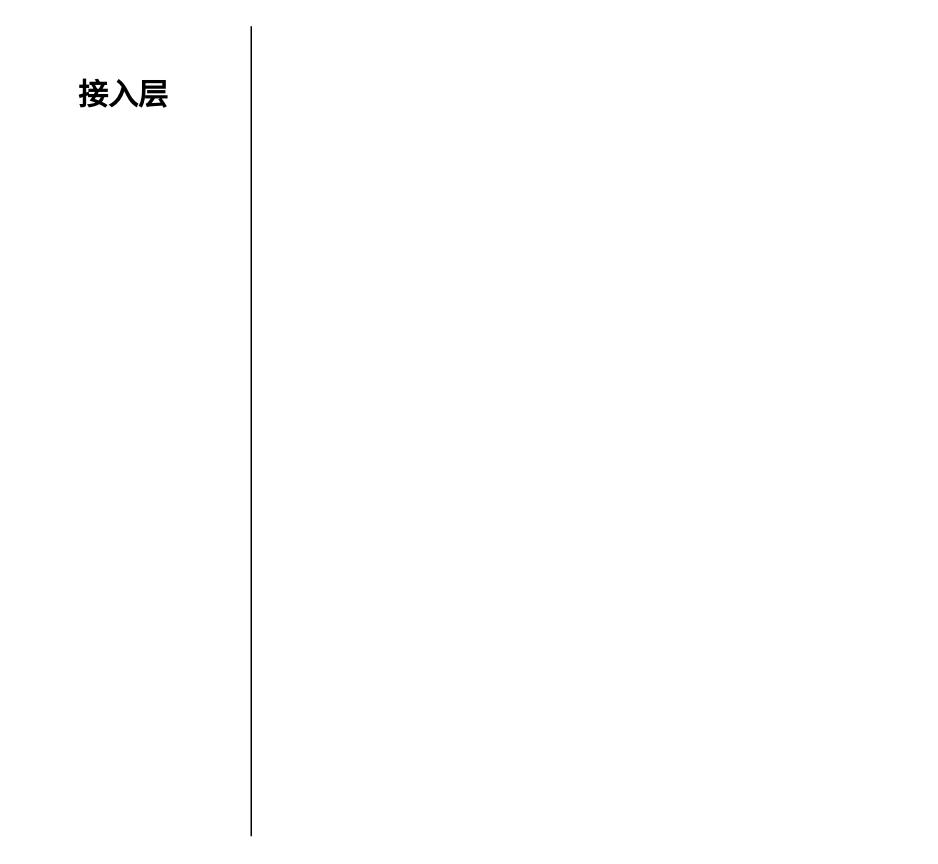
Above: tx-cloud-native.drawio in learn2Pro/draw_io_save (draw.io), before the change. Source tidied: cells renumbered, new cells numbered last; positions are measured from the earlier drawing's top-left corner, leaving out a move shared by most shapes. Both pictures are drawn from the tidied source at 150%, with x=0, y=0 at pixel (26, 26).
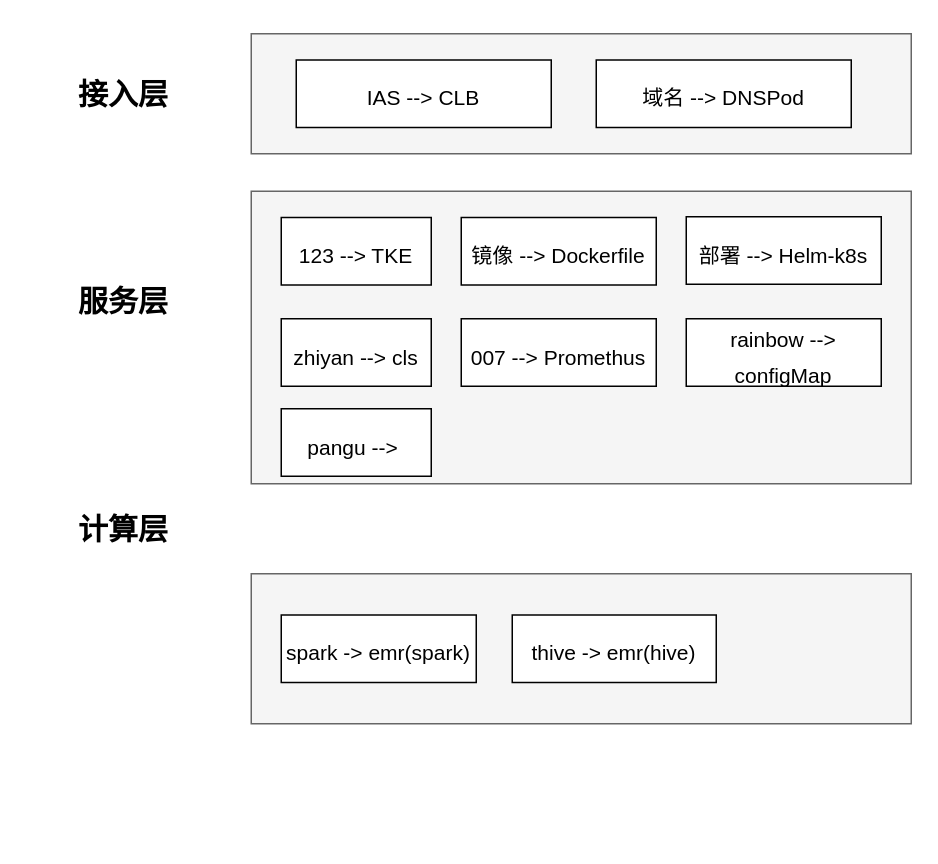
Above is the later version.

Diff of the diagram source:
```diff
@@
 <mxGraphModel>
   <root>
     <mxCell id="0" />
     <mxCell id="1" parent="0" />
-    <mxCell id="2" style="endArrow=none;html=1;rounded=0;" parent="1" edge="1">
-      <mxGeometry relative="1" as="geometry">
-        <mxPoint x="150" y="540" as="sourcePoint" />
-        <mxPoint x="150" as="targetPoint" />
-      </mxGeometry>
-    </mxCell>
     <mxCell id="3" value="&lt;b&gt;&lt;font style=&quot;font-size: 20px;&quot;&gt;接入层&lt;/font&gt;&lt;/b&gt;" style="text;html=1;strokeColor=none;fillColor=none;align=center;verticalAlign=middle;whiteSpace=wrap;rounded=0;" parent="1" vertex="1">
       <mxGeometry y="30" width="130" height="30" as="geometry" />
     </mxCell>
+    <mxCell id="4" style="rounded=0;whiteSpace=wrap;html=1;fontSize=20;fontColor=#333333;fillColor=#f5f5f5;strokeColor=#666666;" parent="1" vertex="1">
+      <mxGeometry x="150" y="5" width="440" height="80" as="geometry" />
+    </mxCell>
+    <mxCell id="5" value="&lt;font style=&quot;font-size: 14px;&quot; color=&quot;#000000&quot;&gt;IAS --&amp;gt; CLB&lt;/font&gt;" style="rounded=0;whiteSpace=wrap;html=1;fontSize=20;fontColor=#FFCCCC;" parent="1" vertex="1">
+      <mxGeometry x="180" y="22.5" width="170" height="45" as="geometry" />
+    </mxCell>
+    <mxCell id="6" value="&lt;font style=&quot;font-size: 14px;&quot; color=&quot;#000000&quot;&gt;域名 --&amp;gt; DNSPod&lt;/font&gt;" style="rounded=0;whiteSpace=wrap;html=1;fontSize=20;fontColor=#FFCCCC;" parent="1" vertex="1">
+      <mxGeometry x="380" y="22.5" width="170" height="45" as="geometry" />
+    </mxCell>
+    <mxCell id="7" value="&lt;span style=&quot;font-size: 20px;&quot;&gt;&lt;b&gt;服务层&lt;/b&gt;&lt;/span&gt;" style="text;html=1;strokeColor=none;fillColor=none;align=center;verticalAlign=middle;whiteSpace=wrap;rounded=0;" parent="1" vertex="1">
+      <mxGeometry y="167.5" width="130" height="30" as="geometry" />
+    </mxCell>
+    <mxCell id="8" style="rounded=0;whiteSpace=wrap;html=1;fontSize=20;fontColor=#333333;fillColor=#f5f5f5;strokeColor=#666666;" parent="1" vertex="1">
+      <mxGeometry x="150" y="110" width="440" height="195" as="geometry" />
+    </mxCell>
+    <mxCell id="9" value="&lt;font style=&quot;font-size: 14px;&quot; color=&quot;#000000&quot;&gt;123 --&amp;gt; TKE&lt;/font&gt;" style="rounded=0;whiteSpace=wrap;html=1;fontSize=20;fontColor=#FFCCCC;" parent="1" vertex="1">
+      <mxGeometry x="170" y="127.5" width="100" height="45" as="geometry" />
+    </mxCell>
+    <mxCell id="10" value="&lt;font color=&quot;#000000&quot;&gt;&lt;span style=&quot;font-size: 14px;&quot;&gt;镜像 --&amp;gt; Dockerfile&lt;/span&gt;&lt;/font&gt;" style="rounded=0;whiteSpace=wrap;html=1;fontSize=20;fontColor=#FFCCCC;" parent="1" vertex="1">
+      <mxGeometry x="290" y="127.5" width="130" height="45" as="geometry" />
+    </mxCell>
+    <mxCell id="11" value="&lt;font color=&quot;#000000&quot;&gt;&lt;span style=&quot;font-size: 14px;&quot;&gt;部署 --&amp;gt; Helm-k8s&lt;/span&gt;&lt;/font&gt;" style="rounded=0;whiteSpace=wrap;html=1;fontSize=20;fontColor=#FFCCCC;" parent="1" vertex="1">
+      <mxGeometry x="440" y="127" width="130" height="45" as="geometry" />
+    </mxCell>
+    <mxCell id="12" value="&lt;font style=&quot;font-size: 14px;&quot; color=&quot;#000000&quot;&gt;007 --&amp;gt; Promethus&lt;/font&gt;" style="rounded=0;whiteSpace=wrap;html=1;fontSize=20;fontColor=#FFCCCC;" parent="1" vertex="1">
+      <mxGeometry x="290" y="195" width="130" height="45" as="geometry" />
+    </mxCell>
+    <mxCell id="13" value="&lt;font style=&quot;font-size: 14px;&quot; color=&quot;#000000&quot;&gt;zhiyan --&amp;gt; cls&lt;/font&gt;" style="rounded=0;whiteSpace=wrap;html=1;fontSize=20;fontColor=#FFCCCC;" parent="1" vertex="1">
+      <mxGeometry x="170" y="195" width="100" height="45" as="geometry" />
+    </mxCell>
+    <mxCell id="14" value="&lt;font style=&quot;font-size: 14px;&quot; color=&quot;#000000&quot;&gt;rainbow --&amp;gt; configMap&lt;/font&gt;" style="rounded=0;whiteSpace=wrap;html=1;fontSize=20;fontColor=#FFCCCC;" parent="1" vertex="1">
+      <mxGeometry x="440" y="195" width="130" height="45" as="geometry" />
+    </mxCell>
+    <mxCell id="15" value="&lt;span style=&quot;font-size: 20px;&quot;&gt;&lt;b&gt;计算层&lt;/b&gt;&lt;/span&gt;" style="text;html=1;strokeColor=none;fillColor=none;align=center;verticalAlign=middle;whiteSpace=wrap;rounded=0;" parent="1" vertex="1">
+      <mxGeometry y="320" width="130" height="30" as="geometry" />
+    </mxCell>
+    <mxCell id="16" style="rounded=0;whiteSpace=wrap;html=1;fontSize=20;fontColor=#333333;fillColor=#f5f5f5;strokeColor=#666666;" parent="1" vertex="1">
+      <mxGeometry x="150" y="365" width="440" height="100" as="geometry" />
+    </mxCell>
+    <mxCell id="17" value="&lt;font color=&quot;#000000&quot;&gt;&lt;span style=&quot;font-size: 14px;&quot;&gt;spark -&amp;gt; emr(spark)&lt;/span&gt;&lt;/font&gt;" style="rounded=0;whiteSpace=wrap;html=1;fontSize=20;fontColor=#FFCCCC;" parent="1" vertex="1">
+      <mxGeometry x="170" y="392.5" width="130" height="45" as="geometry" />
+    </mxCell>
+    <mxCell id="18" value="&lt;font color=&quot;#000000&quot;&gt;&lt;span style=&quot;font-size: 14px;&quot;&gt;thive -&amp;gt; emr(hive)&lt;/span&gt;&lt;/font&gt;" style="rounded=0;whiteSpace=wrap;html=1;fontSize=20;fontColor=#FFCCCC;" parent="1" vertex="1">
+      <mxGeometry x="324" y="392.5" width="136" height="45" as="geometry" />
+    </mxCell>
+    <mxCell id="19" value="&lt;font style=&quot;font-size: 14px;&quot; color=&quot;#000000&quot;&gt;pangu --&amp;gt;&amp;nbsp;&lt;/font&gt;" style="rounded=0;whiteSpace=wrap;html=1;fontSize=20;fontColor=#FFCCCC;" parent="1" vertex="1">
+      <mxGeometry x="170" y="255" width="100" height="45" as="geometry" />
+    </mxCell>
   </root>
 </mxGraphModel>
```
